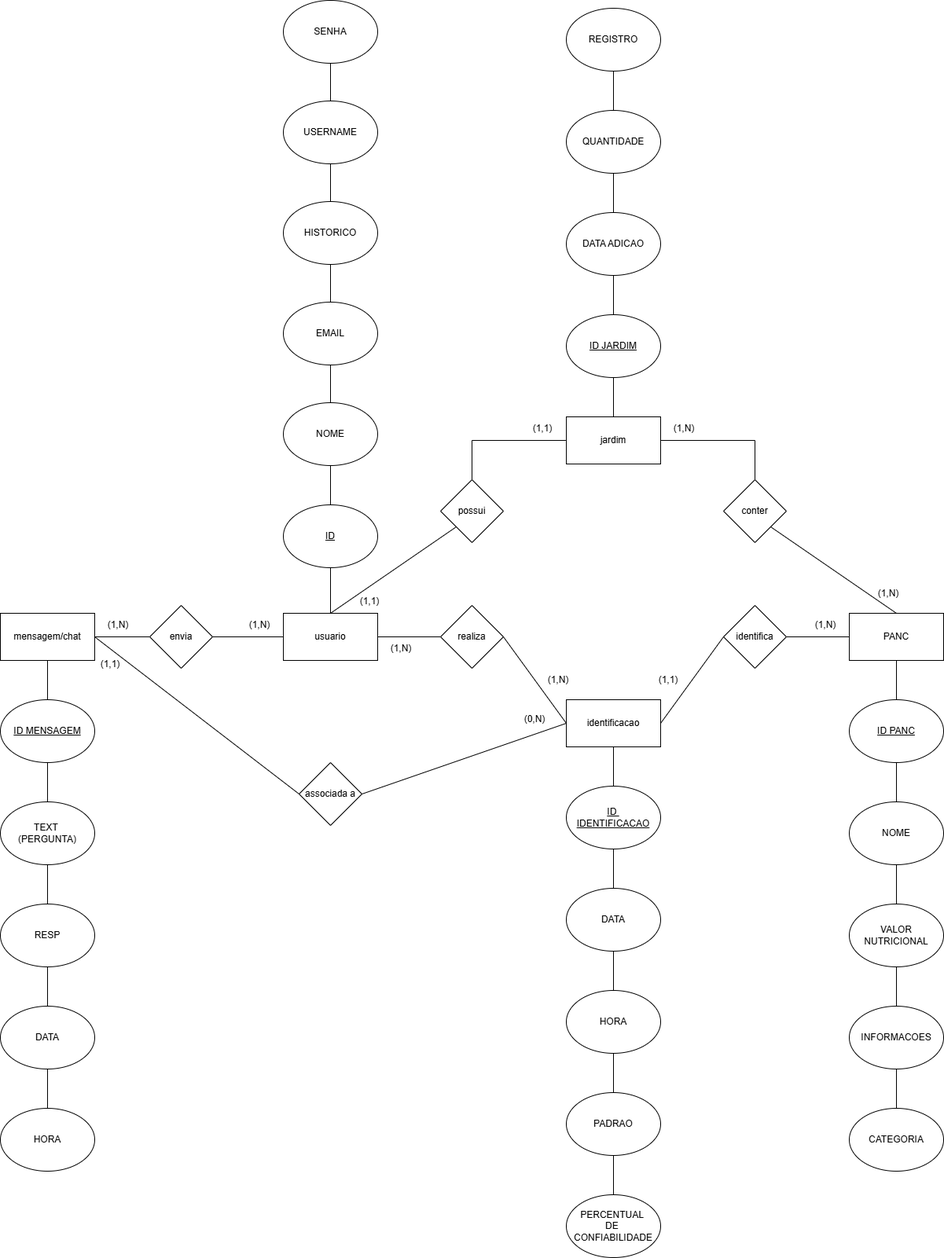
Above: Diagramas/Diagrama conceitual TCC FINAL.drawio.png in ThiagoNestor/tcc-thiago-nestor-lais-ferrari-leticia-cardoso-rebeca-carvalho (draw.io), before the change. Source tidied: cells renumbered, new cells last; positions are measured from the earlier drawing's top-left corner, leaving out a move shared by most shapes.
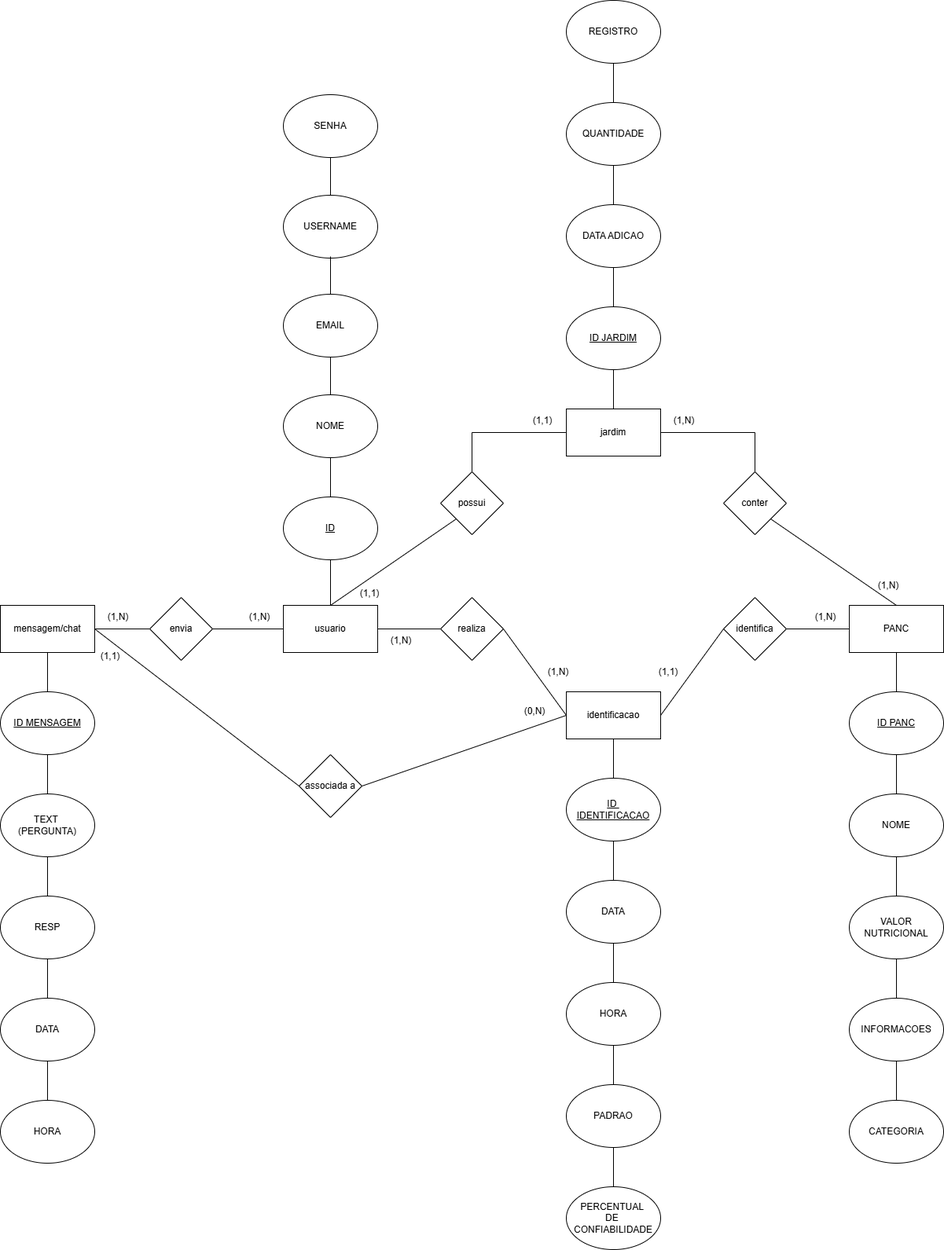
After the commit.

Diff of the diagram source:
```diff
@@ -192,20 +192,16 @@
       <mxGeometry relative="1" as="geometry" />
     </mxCell>
     <mxCell id="65" value="SENHA" style="ellipse;whiteSpace=wrap;html=1;direction=east;flipV=0;legacyAnchorPoints=0;flipH=1;" parent="1" vertex="1">
-      <mxGeometry x="360" width="120" height="80" as="geometry" />
+      <mxGeometry x="360" y="130" width="120" height="80" as="geometry" />
     </mxCell>
-    <mxCell id="66" style="edgeStyle=orthogonalEdgeStyle;rounded=0;jettySize=auto;html=1;endArrow=none;endFill=0;" parent="1" edge="1" source="67" target="69">
-      <mxGeometry relative="1" as="geometry" />
-    </mxCell>
     <mxCell id="67" value="USERNAME" style="ellipse;whiteSpace=wrap;html=1;direction=east;flipV=0;legacyAnchorPoints=0;flipH=1;" parent="1" vertex="1">
-      <mxGeometry x="360" y="128" width="120" height="80" as="geometry" />
+      <mxGeometry x="360" y="258" width="120" height="80" as="geometry" />
     </mxCell>
-    <mxCell id="68" style="edgeStyle=orthogonalEdgeStyle;rounded=0;jettySize=auto;html=1;endArrow=none;endFill=0;" parent="1" edge="1" source="69" target="71">
-      <mxGeometry relative="1" as="geometry" />
+    <mxCell id="68" style="edgeStyle=orthogonalEdgeStyle;rounded=0;jettySize=auto;html=1;endArrow=none;endFill=0;" parent="1" edge="1" target="71">
+      <mxGeometry relative="1" as="geometry">
+        <mxPoint x="420" y="336" as="sourcePoint" />
+      </mxGeometry>
     </mxCell>
-    <mxCell id="69" value="HISTORICO" style="ellipse;whiteSpace=wrap;html=1;direction=east;flipV=0;legacyAnchorPoints=0;flipH=1;" parent="1" vertex="1">
-      <mxGeometry x="360" y="256" width="120" height="80" as="geometry" />
-    </mxCell>
     <mxCell id="70" style="edgeStyle=orthogonalEdgeStyle;rounded=0;jettySize=auto;html=1;endArrow=none;endFill=0;" parent="1" edge="1" source="71" target="62">
       <mxGeometry relative="1" as="geometry" />
     </mxCell>
```
